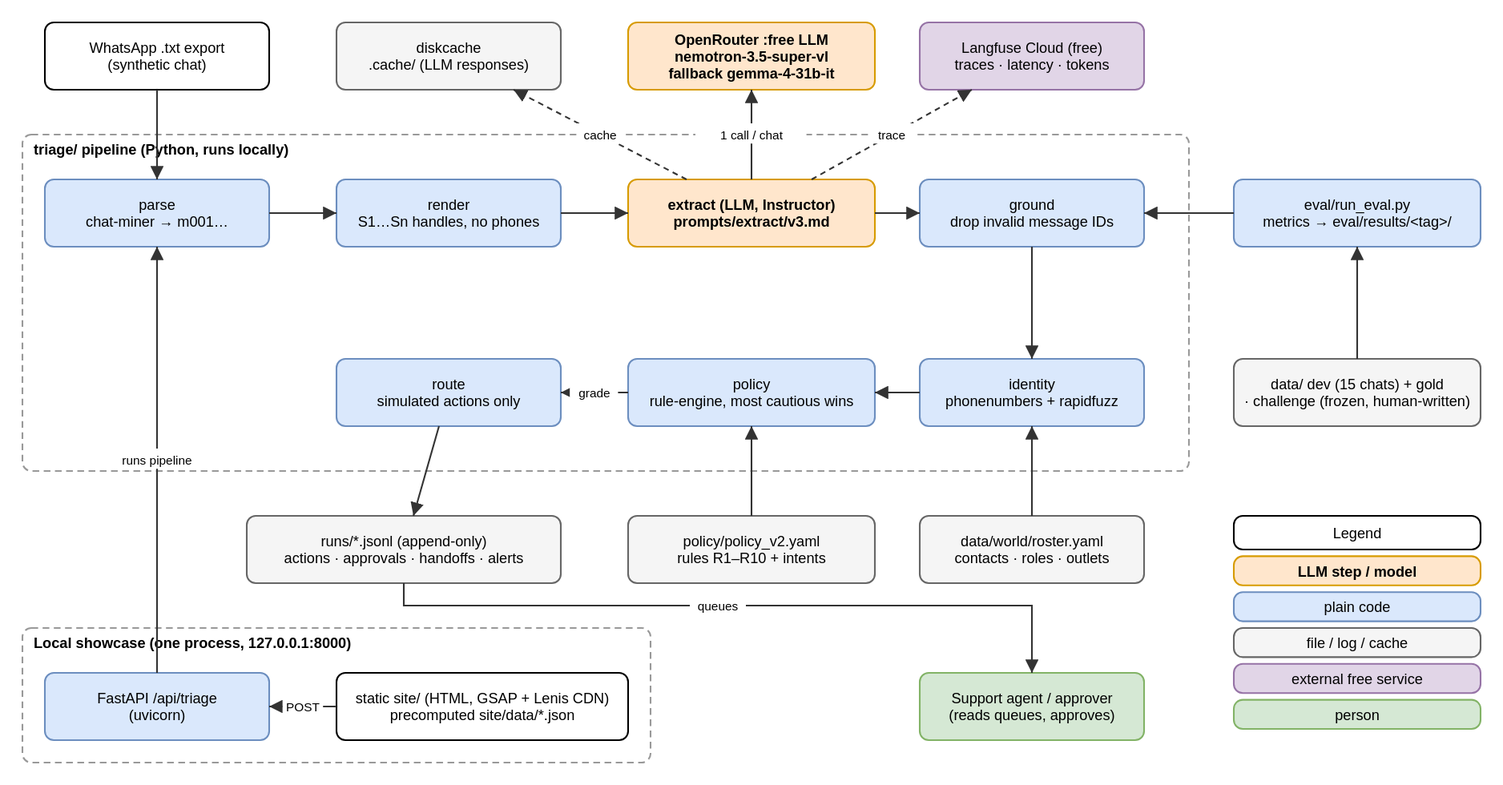
Before: docs/architecture.drawio.svg, a diagram exported from draw.io (Anish-185/aminobots-chat-triage-agent). Source tidied: cells renumbered, new cells last; positions are measured from the earlier drawing's top-left corner, leaving out a move shared by most shapes.
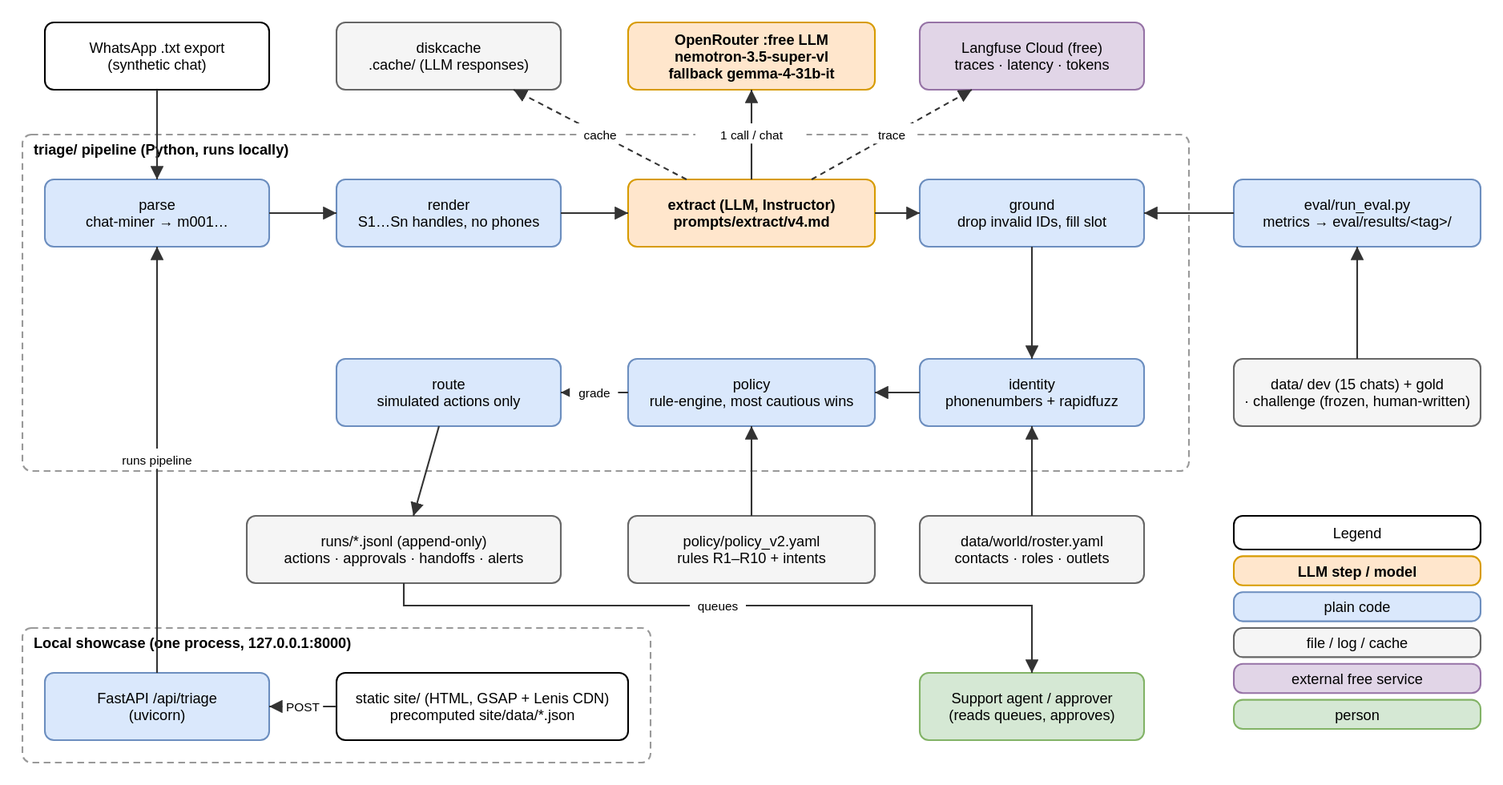
After the commit.

The edit, as a diff of the source:
```diff
@@ -26,10 +26,10 @@
     <mxCell id="9" value="render&lt;br&gt;S1…Sn handles, no phones" style="rounded=1;whiteSpace=wrap;html=1;fillColor=#dae8fc;strokeColor=#6c8ebf;" parent="1" vertex="1">
       <mxGeometry x="280" y="140" width="200" height="60" as="geometry" />
     </mxCell>
-    <mxCell id="10" value="extract (LLM, Instructor)&lt;br&gt;prompts/extract/v3.md" style="rounded=1;whiteSpace=wrap;html=1;fillColor=#ffe6cc;strokeColor=#d79b00;fontStyle=1;" parent="1" vertex="1">
+    <mxCell id="10" value="extract (LLM, Instructor)&lt;br&gt;prompts/extract/v4.md" style="rounded=1;whiteSpace=wrap;html=1;fillColor=#ffe6cc;strokeColor=#d79b00;fontStyle=1;" parent="1" vertex="1">
       <mxGeometry x="540" y="140" width="220" height="60" as="geometry" />
     </mxCell>
-    <mxCell id="11" value="ground&lt;br&gt;drop invalid message IDs" style="rounded=1;whiteSpace=wrap;html=1;fillColor=#dae8fc;strokeColor=#6c8ebf;" parent="1" vertex="1">
+    <mxCell id="11" value="ground&lt;br&gt;drop invalid IDs, fill slot" style="rounded=1;whiteSpace=wrap;html=1;fillColor=#dae8fc;strokeColor=#6c8ebf;" parent="1" vertex="1">
       <mxGeometry x="800" y="140" width="200" height="60" as="geometry" />
     </mxCell>
     <mxCell id="12" value="identity&lt;br&gt;phonenumbers + rapidfuzz" style="rounded=1;whiteSpace=wrap;html=1;fillColor=#dae8fc;strokeColor=#6c8ebf;" parent="1" vertex="1">
```
